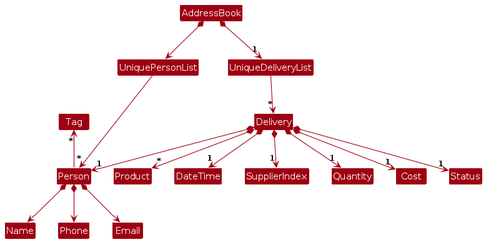
This is diagrams/BetterModelClassDiagram.png from AY2425S1-CS2103T-W14-1/tp, a PlantUML export, as it was before one commit. Its source is kept beside it as diagrams/BetterModelClassDiagram.puml. The source it was exported from:
```plantuml
@startuml
!include style.puml
skinparam arrowThickness 1.1
skinparam arrowColor MODEL_COLOR
skinparam classBackgroundColor MODEL_COLOR

AddressBook *-right-> UniquePersonList
AddressBook *-down-> "1" UniqueDeliveryList

UniquePersonList -right-> "*" Person
UniqueDeliveryList -down-> "*" Delivery

Person -up-> "*" Tag
Person *--> Name
Person *--> Phone
Person *--> Email

Delivery *--> "*" Product
Delivery *--> "1" DateTime
Delivery *--> "1" Person
Delivery *--> "1" SupplierIndex
Delivery *--> "1" Quantity
Delivery *--> "1" Cost
Delivery *--> "1" Status
@enduml
```
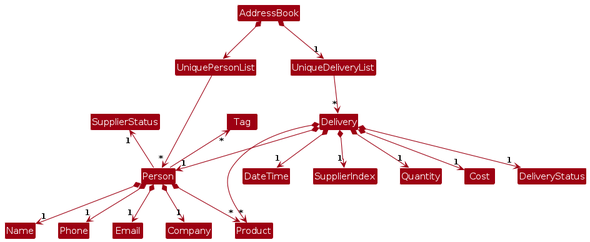
The same diagram one commit later.

Change to the diagram source:
```diff
@@ -11,9 +11,12 @@
 UniqueDeliveryList -down-> "*" Delivery
 
 Person -up-> "*" Tag
-Person *--> Name
-Person *--> Phone
-Person *--> Email
+Person *--> "1" Name
+Person *--> "1" Phone
+Person *--> "1" Email
+Person *--> "1" Company
+Person *--> "*" Product
+Person -up-> "1" SupplierStatus
 
 Delivery *--> "*" Product
 Delivery *--> "1" DateTime
@@ -21,5 +24,5 @@
 Delivery *--> "1" SupplierIndex
 Delivery *--> "1" Quantity
 Delivery *--> "1" Cost
-Delivery *--> "1" Status
+Delivery *--> "1" DeliveryStatus
 @enduml
```
